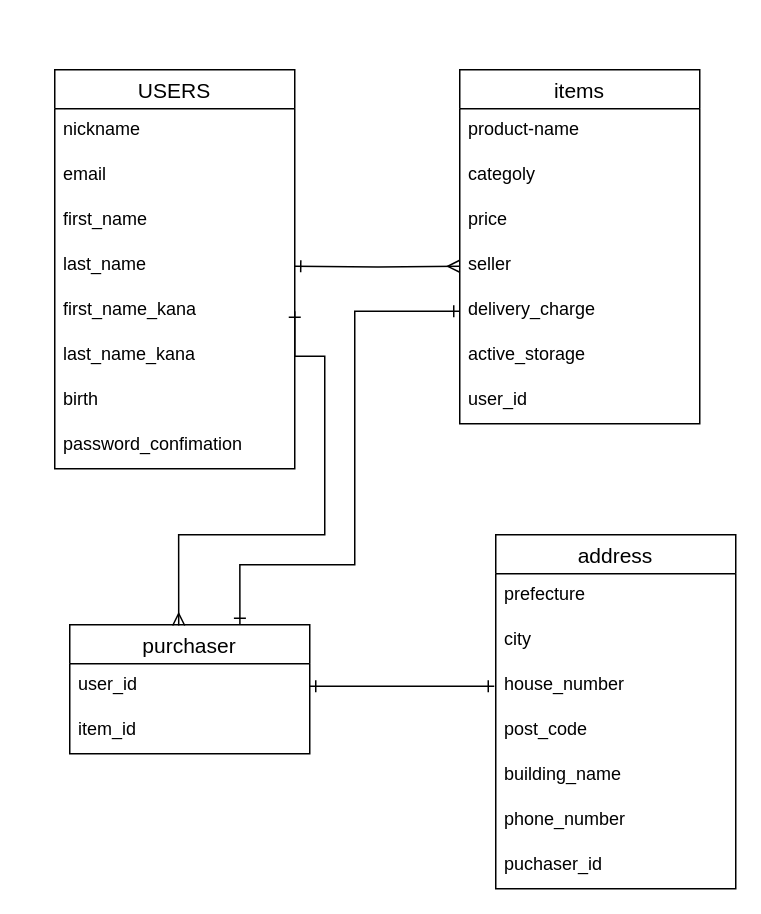
Earlier version of the draw.io diagram test.dio (soka50/furima-28218). Source tidied: cells renumbered, new cells numbered last; positions are measured from the earlier drawing's top-left corner, leaving out a move shared by most shapes. Both pictures are drawn from the tidied source at 150%, with x=0, y=0 at pixel (54, 69).
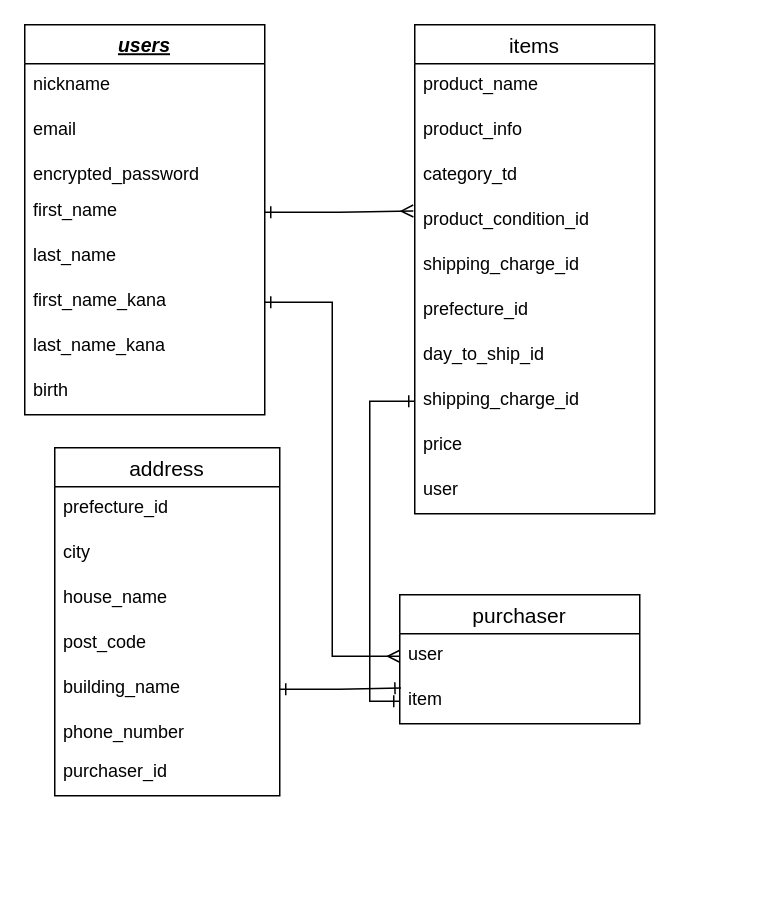
After the change.

Change to the diagram source:
```diff
@@
-    <mxCell id="2" value="USERS" style="swimlane;fontStyle=0;horizontal=1;startSize=26;align=center;fontSize=14;" parent="1" vertex="1">
-      <mxGeometry width="160" height="266" as="geometry" />
-    </mxCell>
+    <mxCell id="34" value="users" style="swimlane;fontStyle=7;horizontal=1;startSize=26;align=center;fontSize=13;" parent="1" vertex="1">
+      <mxGeometry x="-20" y="-30" width="160" height="260" as="geometry" />
+    </mxCell>
-    <mxCell id="3" value="nickname&#10;" style="text;strokeColor=none;fillColor=none;spacingLeft=4;spacingRight=4;overflow=hidden;fontSize=12;" parent="2" vertex="1">
+    <mxCell id="3" value="nickname" style="text;strokeColor=none;fillColor=none;spacingLeft=4;spacingRight=4;overflow=hidden;fontSize=12;" parent="34" vertex="1">
       <mxGeometry y="26" width="160" height="30" as="geometry" />
     </mxCell>
-    <mxCell id="4" value="email" style="text;strokeColor=none;fillColor=none;spacingLeft=4;spacingRight=4;overflow=hidden;fontSize=12;" parent="2" vertex="1">
+    <mxCell id="4" value="email" style="text;strokeColor=none;fillColor=none;spacingLeft=4;spacingRight=4;overflow=hidden;fontSize=12;" parent="34" vertex="1">
       <mxGeometry y="56" width="160" height="30" as="geometry" />
     </mxCell>
+    <mxCell id="35" value="encrypted_password" style="text;strokeColor=none;fillColor=none;spacingLeft=4;spacingRight=4;overflow=hidden;fontSize=12;" parent="34" vertex="1">
+      <mxGeometry y="86" width="160" height="24" as="geometry" />
+    </mxCell>
-    <mxCell id="5" value="first_name" style="text;strokeColor=none;fillColor=none;spacingLeft=4;spacingRight=4;overflow=hidden;points=[[0,0.5],[1,0.5]];portConstraint=eastwest;fontSize=12;" parent="2" vertex="1">
-      <mxGeometry y="86" width="160" height="30" as="geometry" />
+    <mxCell id="5" value="first_name" style="text;strokeColor=none;fillColor=none;spacingLeft=4;spacingRight=4;overflow=hidden;points=[[0,0.5],[1,0.5]];portConstraint=eastwest;fontSize=12;" parent="34" vertex="1">
+      <mxGeometry y="110" width="160" height="30" as="geometry" />
     </mxCell>
-    <mxCell id="6" value="last_name" style="text;strokeColor=none;fillColor=none;spacingLeft=4;spacingRight=4;overflow=hidden;fontSize=12;" parent="2" vertex="1">
-      <mxGeometry y="116" width="160" height="30" as="geometry" />
+    <mxCell id="6" value="last_name" style="text;strokeColor=none;fillColor=none;spacingLeft=4;spacingRight=4;overflow=hidden;fontSize=12;" parent="34" vertex="1">
+      <mxGeometry y="140" width="160" height="30" as="geometry" />
     </mxCell>
-    <mxCell id="7" value="first_name_kana" style="text;strokeColor=none;fillColor=none;spacingLeft=4;spacingRight=4;overflow=hidden;points=[[0,0.5],[1,0.5]];portConstraint=eastwest;fontSize=12;" parent="2" vertex="1">
-      <mxGeometry y="146" width="160" height="30" as="geometry" />
+    <mxCell id="7" value="first_name_kana" style="text;strokeColor=none;fillColor=none;spacingLeft=4;spacingRight=4;overflow=hidden;points=[[0,0.5],[1,0.5]];portConstraint=eastwest;fontSize=12;" parent="34" vertex="1">
+      <mxGeometry y="170" width="160" height="30" as="geometry" />
     </mxCell>
-    <mxCell id="8" value="last_name_kana" style="text;strokeColor=none;fillColor=none;spacingLeft=4;spacingRight=4;overflow=hidden;fontSize=12;" parent="2" vertex="1">
-      <mxGeometry y="176" width="160" height="30" as="geometry" />
+    <mxCell id="8" value="last_name_kana" style="text;strokeColor=none;fillColor=none;spacingLeft=4;spacingRight=4;overflow=hidden;fontSize=12;" parent="34" vertex="1">
+      <mxGeometry y="200" width="160" height="30" as="geometry" />
     </mxCell>
-    <mxCell id="9" value="birth" style="text;strokeColor=none;fillColor=none;spacingLeft=4;spacingRight=4;overflow=hidden;fontSize=12;" parent="2" vertex="1">
-      <mxGeometry y="206" width="160" height="30" as="geometry" />
+    <mxCell id="9" value="birth" style="text;strokeColor=none;fillColor=none;spacingLeft=4;spacingRight=4;overflow=hidden;fontSize=12;" parent="34" vertex="1">
+      <mxGeometry y="230" width="160" height="30" as="geometry" />
     </mxCell>
-    <mxCell id="10" value="password_confimation" style="text;strokeColor=none;fillColor=none;spacingLeft=4;spacingRight=4;overflow=hidden;fontSize=12;" parent="2" vertex="1">
-      <mxGeometry y="236" width="160" height="30" as="geometry" />
-    </mxCell>
-    <mxCell id="11" value="items" style="swimlane;fontStyle=0;horizontal=1;startSize=26;align=center;fontSize=14;" parent="1" vertex="1">
-      <mxGeometry x="270" width="160" height="236" as="geometry" />
-    </mxCell>
-    <mxCell id="12" value="product-name" style="text;strokeColor=none;fillColor=none;spacingLeft=4;spacingRight=4;overflow=hidden;fontSize=12;" parent="11" vertex="1">
-      <mxGeometry y="26" width="160" height="30" as="geometry" />
-    </mxCell>
-    <mxCell id="13" value="categoly" style="text;strokeColor=none;fillColor=none;spacingLeft=4;spacingRight=4;overflow=hidden;fontSize=12;" parent="11" vertex="1">
-      <mxGeometry y="56" width="160" height="30" as="geometry" />
-    </mxCell>
-    <mxCell id="14" value="price" style="text;strokeColor=none;fillColor=none;spacingLeft=4;spacingRight=4;overflow=hidden;fontSize=12;" parent="11" vertex="1">
-      <mxGeometry y="86" width="160" height="30" as="geometry" />
-    </mxCell>
-    <mxCell id="15" value="seller" style="text;strokeColor=none;fillColor=none;spacingLeft=4;spacingRight=4;overflow=hidden;points=[[0,0.5],[1,0.5]];portConstraint=eastwest;fontSize=12;" parent="11" vertex="1">
-      <mxGeometry y="116" width="160" height="30" as="geometry" />
-    </mxCell>
-    <mxCell id="16" value="delivery_charge" style="text;strokeColor=none;fillColor=none;spacingLeft=4;spacingRight=4;overflow=hidden;points=[[0,0.5],[1,0.5]];portConstraint=eastwest;fontSize=12;" parent="11" vertex="1">
-      <mxGeometry y="146" width="160" height="30" as="geometry" />
-    </mxCell>
-    <mxCell id="17" value="active_storage" style="text;strokeColor=none;fillColor=none;spacingLeft=4;spacingRight=4;overflow=hidden;fontSize=12;" parent="11" vertex="1">
-      <mxGeometry y="176" width="160" height="30" as="geometry" />
-    </mxCell>
-    <mxCell id="18" value="user_id" style="text;strokeColor=none;fillColor=none;spacingLeft=4;spacingRight=4;overflow=hidden;fontSize=12;" parent="11" vertex="1">
-      <mxGeometry y="206" width="160" height="30" as="geometry" />
-    </mxCell>
-    <mxCell id="19" value="purchaser" style="swimlane;fontStyle=0;horizontal=1;startSize=26;align=center;fontSize=14;" parent="1" vertex="1">
-      <mxGeometry x="10" y="370" width="160" height="86" as="geometry" />
-    </mxCell>
-    <mxCell id="20" value="user_id" style="text;strokeColor=none;fillColor=none;spacingLeft=4;spacingRight=4;overflow=hidden;points=[[0,0.5],[1,0.5]];portConstraint=eastwest;fontSize=12;" parent="19" vertex="1">
-      <mxGeometry y="26" width="160" height="30" as="geometry" />
-    </mxCell>
-    <mxCell id="21" value="item_id" style="text;strokeColor=none;fillColor=none;spacingLeft=4;spacingRight=4;overflow=hidden;fontSize=12;" parent="19" vertex="1">
-      <mxGeometry y="56" width="160" height="30" as="geometry" />
-    </mxCell>
     <mxCell id="22" value="address" style="swimlane;fontStyle=0;horizontal=1;startSize=26;align=center;fontSize=14;" parent="1" vertex="1">
-      <mxGeometry x="294" y="310" width="160" height="236" as="geometry" />
+      <mxGeometry y="252" width="150" height="232" as="geometry" />
     </mxCell>
-    <mxCell id="23" value="prefecture" style="text;strokeColor=none;fillColor=none;spacingLeft=4;spacingRight=4;overflow=hidden;fontSize=12;" parent="22" vertex="1">
-      <mxGeometry y="26" width="160" height="30" as="geometry" />
-    </mxCell>
+    <mxCell id="36" value="prefecture_id" style="text;strokeColor=none;fillColor=none;spacingLeft=4;spacingRight=4;overflow=hidden;fontSize=12;" parent="22" vertex="1">
+      <mxGeometry y="26" width="150" height="30" as="geometry" />
+    </mxCell>
     <mxCell id="24" value="city" style="text;strokeColor=none;fillColor=none;spacingLeft=4;spacingRight=4;overflow=hidden;fontSize=12;" parent="22" vertex="1">
-      <mxGeometry y="56" width="160" height="30" as="geometry" />
+      <mxGeometry y="56" width="150" height="30" as="geometry" />
     </mxCell>
-    <mxCell id="25" value="house_number" style="text;strokeColor=none;fillColor=none;spacingLeft=4;spacingRight=4;overflow=hidden;fontSize=12;" parent="22" vertex="1">
-      <mxGeometry y="86" width="160" height="30" as="geometry" />
-    </mxCell>
+    <mxCell id="37" value="house_name" style="text;strokeColor=none;fillColor=none;spacingLeft=4;spacingRight=4;overflow=hidden;fontSize=12;" parent="22" vertex="1">
+      <mxGeometry y="86" width="150" height="30" as="geometry" />
+    </mxCell>
     <mxCell id="26" value="post_code" style="text;strokeColor=none;fillColor=none;spacingLeft=4;spacingRight=4;overflow=hidden;fontSize=12;" parent="22" vertex="1">
-      <mxGeometry y="116" width="160" height="30" as="geometry" />
+      <mxGeometry y="116" width="150" height="30" as="geometry" />
     </mxCell>
     <mxCell id="27" value="building_name" style="text;strokeColor=none;fillColor=none;spacingLeft=4;spacingRight=4;overflow=hidden;points=[[0,0.5],[1,0.5]];portConstraint=eastwest;fontSize=12;" parent="22" vertex="1">
-      <mxGeometry y="146" width="160" height="30" as="geometry" />
+      <mxGeometry y="146" width="150" height="30" as="geometry" />
     </mxCell>
     <mxCell id="28" value="phone_number" style="text;strokeColor=none;fillColor=none;spacingLeft=4;spacingRight=4;overflow=hidden;fontSize=12;" parent="22" vertex="1">
-      <mxGeometry y="176" width="160" height="30" as="geometry" />
+      <mxGeometry y="176" width="150" height="26" as="geometry" />
     </mxCell>
-    <mxCell id="29" value="puchaser_id" style="text;strokeColor=none;fillColor=none;spacingLeft=4;spacingRight=4;overflow=hidden;fontSize=12;" parent="22" vertex="1">
-      <mxGeometry y="206" width="160" height="30" as="geometry" />
-    </mxCell>
-    <mxCell id="30" style="edgeStyle=orthogonalEdgeStyle;rounded=0;jettySize=auto;html=1;exitX=1;exitY=0.5;exitDx=0;exitDy=0;startArrow=ERone;startFill=0;endArrow=ERmany;endFill=0;entryX=0;entryY=0.5;entryDx=0;entryDy=0;" parent="1" edge="1" target="15">
-      <mxGeometry relative="1" as="geometry">
-        <mxPoint x="160" y="131" as="sourcePoint" />
-      </mxGeometry>
-    </mxCell>
-    <mxCell id="31" style="edgeStyle=orthogonalEdgeStyle;rounded=0;jettySize=auto;html=1;entryX=0.709;entryY=-0.004;entryDx=0;entryDy=0;entryPerimeter=0;startArrow=ERone;startFill=0;endArrow=ERone;endFill=0;" parent="1" edge="1" source="16" target="19">
-      <mxGeometry relative="1" as="geometry">
-        <Array as="points">
-          <mxPoint x="200" y="161" />
-          <mxPoint x="200" y="330" />
-          <mxPoint x="123" y="330" />
-        </Array>
-      </mxGeometry>
-    </mxCell>
-    <mxCell id="32" style="edgeStyle=orthogonalEdgeStyle;rounded=0;jettySize=auto;html=1;startArrow=ERone;startFill=0;endArrow=ERone;endFill=0;exitX=1;exitY=0.5;exitDx=0;exitDy=0;" parent="1" edge="1" source="20">
-      <mxGeometry relative="1" as="geometry">
-        <mxPoint x="293" y="411" as="targetPoint" />
-        <Array as="points">
-          <mxPoint x="293" y="411" />
-        </Array>
-      </mxGeometry>
-    </mxCell>
-    <mxCell id="33" style="edgeStyle=orthogonalEdgeStyle;rounded=0;jettySize=auto;html=1;exitX=1;exitY=0.5;exitDx=0;exitDy=0;startArrow=ERone;startFill=0;endArrow=ERmany;endFill=0;entryX=0.454;entryY=0.006;entryDx=0;entryDy=0;entryPerimeter=0;" parent="1" edge="1" source="7" target="19">
-      <mxGeometry relative="1" as="geometry">
-        <Array as="points">
-          <mxPoint x="180" y="191" />
-          <mxPoint x="180" y="310" />
-          <mxPoint x="83" y="310" />
-        </Array>
-      </mxGeometry>
-    </mxCell>
+    <mxCell id="38" value="purchaser_id" style="text;strokeColor=none;fillColor=none;spacingLeft=4;spacingRight=4;overflow=hidden;fontSize=12;" parent="22" vertex="1">
+      <mxGeometry y="202" width="150" height="30" as="geometry" />
+    </mxCell>
+    <mxCell id="39" style="edgeStyle=orthogonalEdgeStyle;rounded=0;jettySize=auto;html=1;exitX=0.25;exitY=0;exitDx=0;exitDy=0;startArrow=ERone;startFill=0;endArrow=ERmany;endFill=0;" parent="1" edge="1" source="11">
+      <mxGeometry relative="1" as="geometry">
+        <mxPoint x="280" y="-20" as="targetPoint" />
+      </mxGeometry>
+    </mxCell>
+    <mxCell id="11" value="items" style="swimlane;fontStyle=0;horizontal=1;startSize=26;align=center;fontSize=14;" parent="1" vertex="1">
+      <mxGeometry x="240" y="-30" width="160" height="326" as="geometry" />
+    </mxCell>
+    <mxCell id="40" value="product_name" style="text;strokeColor=none;fillColor=none;spacingLeft=4;spacingRight=4;overflow=hidden;fontSize=12;" parent="11" vertex="1">
+      <mxGeometry y="26" width="160" height="30" as="geometry" />
+    </mxCell>
+    <mxCell id="41" value="product_info" style="text;strokeColor=none;fillColor=none;spacingLeft=4;spacingRight=4;overflow=hidden;fontSize=12;" parent="11" vertex="1">
+      <mxGeometry y="56" width="160" height="30" as="geometry" />
+    </mxCell>
+    <mxCell id="42" value="category_td" style="text;strokeColor=none;fillColor=none;spacingLeft=4;spacingRight=4;overflow=hidden;fontSize=12;" parent="11" vertex="1">
+      <mxGeometry y="86" width="160" height="30" as="geometry" />
+    </mxCell>
+    <mxCell id="43" value="product_condition_id" style="text;strokeColor=none;fillColor=none;spacingLeft=4;spacingRight=4;overflow=hidden;points=[[0,0.5],[1,0.5]];portConstraint=eastwest;fontSize=12;" parent="11" vertex="1">
+      <mxGeometry y="116" width="160" height="30" as="geometry" />
+    </mxCell>
+    <mxCell id="44" value="shipping_charge_id" style="text;strokeColor=none;fillColor=none;spacingLeft=4;spacingRight=4;overflow=hidden;fontSize=12;" parent="11" vertex="1">
+      <mxGeometry y="146" width="160" height="30" as="geometry" />
+    </mxCell>
+    <mxCell id="45" value="prefecture_id" style="text;strokeColor=none;fillColor=none;spacingLeft=4;spacingRight=4;overflow=hidden;fontSize=12;" parent="11" vertex="1">
+      <mxGeometry y="176" width="160" height="30" as="geometry" />
+    </mxCell>
+    <mxCell id="46" value="day_to_ship_id " style="text;strokeColor=none;fillColor=none;spacingLeft=4;spacingRight=4;overflow=hidden;fontSize=12;" parent="11" vertex="1">
+      <mxGeometry y="206" width="160" height="30" as="geometry" />
+    </mxCell>
+    <mxCell id="47" value="shipping_charge_id" style="text;strokeColor=none;fillColor=none;spacingLeft=4;spacingRight=4;overflow=hidden;points=[[0,0.5],[1,0.5]];portConstraint=eastwest;fontSize=12;" parent="11" vertex="1">
+      <mxGeometry y="236" width="160" height="30" as="geometry" />
+    </mxCell>
+    <mxCell id="14" value="price" style="text;strokeColor=none;fillColor=none;spacingLeft=4;spacingRight=4;overflow=hidden;fontSize=12;" parent="11" vertex="1">
+      <mxGeometry y="266" width="160" height="30" as="geometry" />
+    </mxCell>
+    <mxCell id="48" value="user" style="text;strokeColor=none;fillColor=none;spacingLeft=4;spacingRight=4;overflow=hidden;fontSize=12;" parent="11" vertex="1">
+      <mxGeometry y="296" width="160" height="30" as="geometry" />
+    </mxCell>
+    <mxCell id="19" value="purchaser" style="swimlane;fontStyle=0;horizontal=1;startSize=26;align=center;fontSize=14;" parent="1" vertex="1">
+      <mxGeometry x="230" y="350" width="160" height="86" as="geometry" />
+    </mxCell>
+    <mxCell id="49" value="user" style="text;strokeColor=none;fillColor=none;spacingLeft=4;spacingRight=4;overflow=hidden;points=[[0,0.5],[1,0.5]];portConstraint=eastwest;fontSize=12;" parent="19" vertex="1">
+      <mxGeometry y="26" width="160" height="30" as="geometry" />
+    </mxCell>
+    <mxCell id="50" value="item" style="text;strokeColor=none;fillColor=none;spacingLeft=4;spacingRight=4;overflow=hidden;points=[[0,0.5],[1,0.5]];portConstraint=eastwest;fontSize=12;" parent="19" vertex="1">
+      <mxGeometry y="56" width="160" height="30" as="geometry" />
+    </mxCell>
+    <mxCell id="51" style="edgeStyle=orthogonalEdgeStyle;rounded=0;jettySize=auto;html=1;exitX=1;exitY=0.5;exitDx=0;exitDy=0;entryX=-0.006;entryY=0.272;entryDx=0;entryDy=0;entryPerimeter=0;startArrow=ERone;startFill=0;endArrow=ERmany;endFill=0;" parent="1" edge="1" source="5" target="43">
+      <mxGeometry relative="1" as="geometry" />
+    </mxCell>
+    <mxCell id="52" style="edgeStyle=orthogonalEdgeStyle;rounded=0;jettySize=auto;html=1;exitX=1;exitY=0.5;exitDx=0;exitDy=0;entryX=0;entryY=0.5;entryDx=0;entryDy=0;startArrow=ERone;startFill=0;endArrow=ERmany;endFill=0;" parent="1" edge="1" source="7" target="49">
+      <mxGeometry relative="1" as="geometry" />
+    </mxCell>
+    <mxCell id="53" style="edgeStyle=orthogonalEdgeStyle;rounded=0;jettySize=auto;html=1;exitX=1;exitY=0.5;exitDx=0;exitDy=0;entryX=0.005;entryY=0.206;entryDx=0;entryDy=0;entryPerimeter=0;startArrow=ERone;startFill=0;endArrow=ERone;endFill=0;" parent="1" edge="1" source="27" target="50">
+      <mxGeometry relative="1" as="geometry" />
+    </mxCell>
+    <mxCell id="54" style="edgeStyle=orthogonalEdgeStyle;rounded=0;jettySize=auto;html=1;exitX=0;exitY=0.5;exitDx=0;exitDy=0;entryX=0;entryY=0.5;entryDx=0;entryDy=0;startArrow=ERone;startFill=0;endArrow=ERone;endFill=0;" parent="1" edge="1" source="47" target="50">
+      <mxGeometry relative="1" as="geometry" />
+    </mxCell>
```
